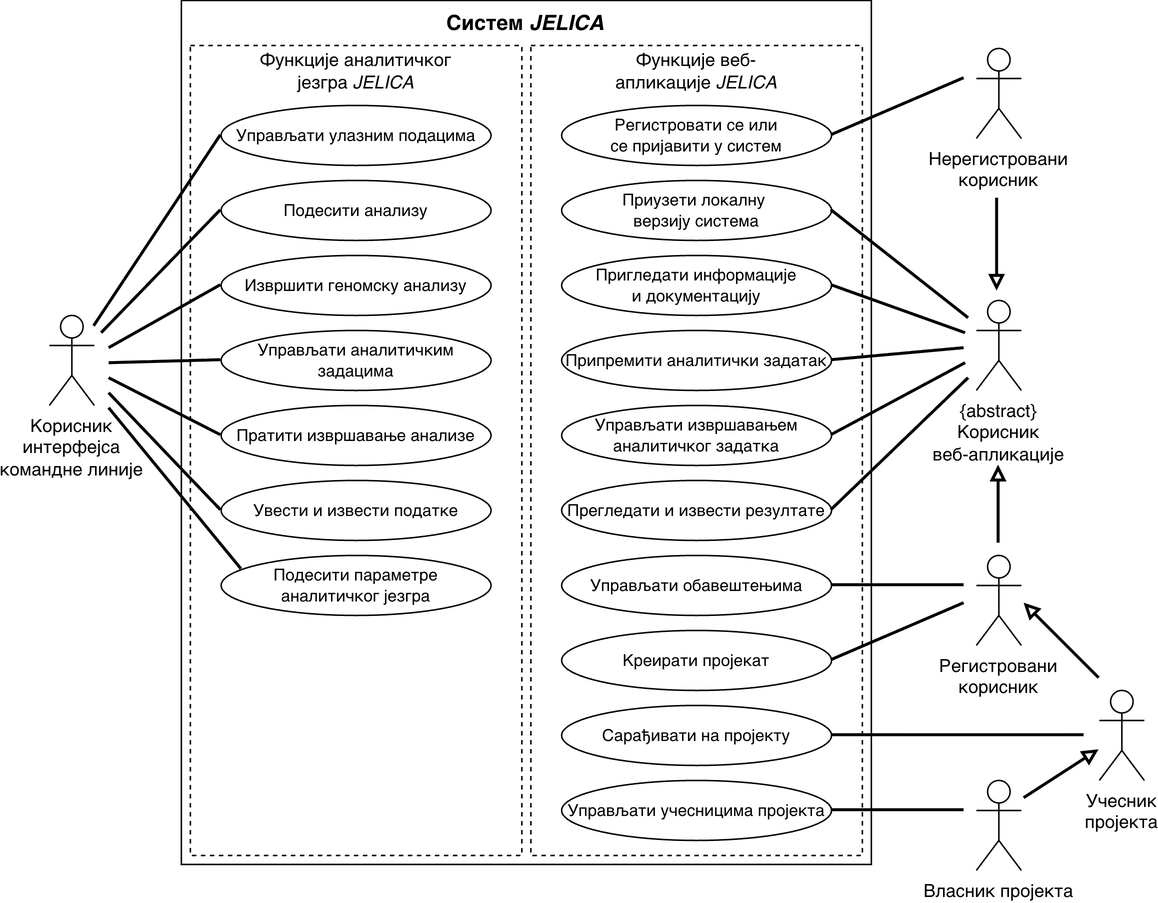
The draw.io diagram figures/system-design-diagrams/export/use-cases-diagram.png in RogovGreg/master-thesis, before a commit. Source tidied: cells renumbered, new cells last; positions are measured from the earlier drawing's top-left corner, leaving out a move shared by most shapes.
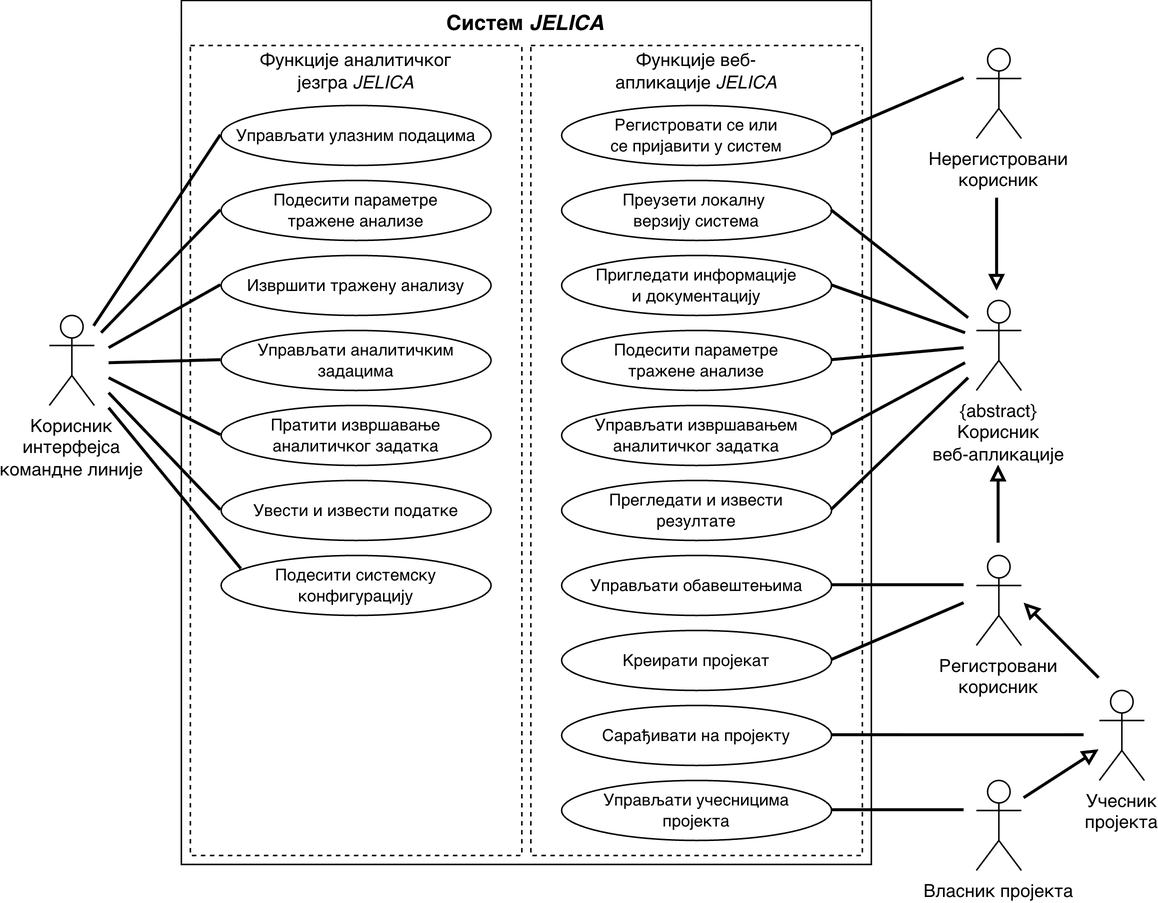
The same diagram one commit later.

Diff of the diagram source:
```diff
@@ -32,7 +32,7 @@
     <mxCell id="11" value="&lt;font&gt;Регистровати се или&lt;/font&gt;&lt;div&gt;&lt;font&gt;се пријавити у систем&lt;/font&gt;&lt;/div&gt;" style="ellipse;whiteSpace=wrap;html=1;fontSize=11;" parent="1" vertex="1">
       <mxGeometry x="341.5" y="70" width="180" height="40" as="geometry" />
     </mxCell>
-    <mxCell id="12" value="&lt;font&gt;Приузети локалну&amp;nbsp;&lt;/font&gt;&lt;div&gt;&lt;font&gt;верзију система&lt;/font&gt;&lt;/div&gt;" style="ellipse;whiteSpace=wrap;html=1;fontSize=11;" parent="1" vertex="1">
+    <mxCell id="12" value="&lt;font&gt;Преузети локалну&amp;nbsp;&lt;/font&gt;&lt;div&gt;&lt;font&gt;верзију система&lt;/font&gt;&lt;/div&gt;" style="ellipse;whiteSpace=wrap;html=1;fontSize=11;" parent="1" vertex="1">
       <mxGeometry x="341.5" y="120" width="180" height="40" as="geometry" />
     </mxCell>
     <mxCell id="13" value="&lt;b&gt;Систем &lt;i&gt;JELICA&lt;/i&gt;&lt;/b&gt;" style="text;html=1;whiteSpace=wrap;strokeColor=none;fillColor=none;align=center;verticalAlign=middle;rounded=0;fontSize=14;" parent="1" vertex="1">
@@ -47,13 +47,13 @@
     <mxCell id="16" value="&lt;font&gt;Пригледати информације&lt;/font&gt;&lt;div&gt;&lt;font&gt;и документацију&lt;/font&gt;&lt;/div&gt;" style="ellipse;whiteSpace=wrap;html=1;fontSize=11;" parent="1" vertex="1">
       <mxGeometry x="341.5" y="170" width="180" height="40" as="geometry" />
     </mxCell>
-    <mxCell id="17" value="&lt;font&gt;Припремити аналитички задатак&lt;/font&gt;" style="ellipse;whiteSpace=wrap;html=1;fontSize=11;" parent="1" vertex="1">
+    <mxCell id="17" value="&lt;code&gt;&lt;font face=&quot;Helvetica&quot;&gt;Подесити параметре&lt;/font&gt;&lt;/code&gt;&lt;div&gt;&lt;code&gt;&lt;font face=&quot;Helvetica&quot;&gt;тражене анализе&lt;/font&gt;&lt;/code&gt;&lt;/div&gt;" style="ellipse;whiteSpace=wrap;html=1;fontSize=11;" parent="1" vertex="1">
       <mxGeometry x="341.5" y="220" width="180" height="40" as="geometry" />
     </mxCell>
     <mxCell id="18" value="&lt;font&gt;Управљати извршавањем&lt;/font&gt;&lt;div&gt;&lt;font&gt;аналитичког задатка&lt;/font&gt;&lt;/div&gt;" style="ellipse;whiteSpace=wrap;html=1;fontSize=11;" parent="1" vertex="1">
       <mxGeometry x="341.5" y="270" width="180" height="40" as="geometry" />
     </mxCell>
-    <mxCell id="19" value="&lt;font&gt;Прегледати и извести резултате&lt;/font&gt;" style="ellipse;whiteSpace=wrap;html=1;fontSize=11;" parent="1" vertex="1">
+    <mxCell id="19" value="&lt;font&gt;Прегледати и извести&lt;/font&gt;&lt;div&gt;&lt;font&gt;резултате&lt;/font&gt;&lt;/div&gt;" style="ellipse;whiteSpace=wrap;html=1;fontSize=11;" parent="1" vertex="1">
       <mxGeometry x="341.5" y="320" width="180" height="40" as="geometry" />
     </mxCell>
     <mxCell id="20" value="&lt;font&gt;Управљати обавештењима&lt;/font&gt;" style="ellipse;whiteSpace=wrap;html=1;fontSize=11;" parent="1" vertex="1">
@@ -65,28 +65,28 @@
     <mxCell id="22" value="&lt;font&gt;Сарађивати на пројекту&lt;/font&gt;" style="ellipse;whiteSpace=wrap;html=1;fontSize=11;" parent="1" vertex="1">
       <mxGeometry x="341.5" y="470" width="180" height="40" as="geometry" />
     </mxCell>
-    <mxCell id="23" value="&lt;font&gt;Управљати учесницима пројекта&lt;/font&gt;" style="ellipse;whiteSpace=wrap;html=1;fontSize=11;" parent="1" vertex="1">
+    <mxCell id="23" value="&lt;font&gt;Управљати учесницима&lt;/font&gt;&lt;div&gt;&lt;font&gt;пројекта&lt;/font&gt;&lt;/div&gt;" style="ellipse;whiteSpace=wrap;html=1;fontSize=11;" parent="1" vertex="1">
       <mxGeometry x="341.5" y="520" width="180" height="40" as="geometry" />
     </mxCell>
     <mxCell id="24" value="&lt;font&gt;Управљати улазним подацима&lt;/font&gt;" style="ellipse;whiteSpace=wrap;html=1;fontSize=11;" parent="1" vertex="1">
       <mxGeometry x="114.5" y="70" width="180" height="40" as="geometry" />
     </mxCell>
-    <mxCell id="25" value="&lt;font&gt;Подесити анализу&lt;/font&gt;" style="ellipse;whiteSpace=wrap;html=1;fontSize=11;" parent="1" vertex="1">
+    <mxCell id="25" value="&lt;code&gt;&lt;font face=&quot;Helvetica&quot;&gt;Подесити параметре&lt;/font&gt;&lt;/code&gt;&lt;div&gt;&lt;code&gt;&lt;font face=&quot;Helvetica&quot;&gt;тражене анализе&lt;/font&gt;&lt;/code&gt;&lt;/div&gt;" style="ellipse;whiteSpace=wrap;html=1;fontSize=11;" parent="1" vertex="1">
       <mxGeometry x="114.5" y="120" width="180" height="40" as="geometry" />
     </mxCell>
-    <mxCell id="26" value="&lt;font&gt;Извршити геномску анализу&lt;/font&gt;" style="ellipse;whiteSpace=wrap;html=1;fontSize=11;" parent="1" vertex="1">
+    <mxCell id="26" value="&lt;code&gt;&lt;font face=&quot;Helvetica&quot;&gt;Извршити тражену анализу&lt;/font&gt;&lt;/code&gt;" style="ellipse;whiteSpace=wrap;html=1;fontSize=11;" parent="1" vertex="1">
       <mxGeometry x="114.5" y="170" width="180" height="40" as="geometry" />
     </mxCell>
     <mxCell id="27" value="&lt;font&gt;Управљати аналитичким задацима&lt;/font&gt;" style="ellipse;whiteSpace=wrap;html=1;fontSize=11;" parent="1" vertex="1">
       <mxGeometry x="114.5" y="220" width="180" height="40" as="geometry" />
     </mxCell>
-    <mxCell id="28" value="&lt;font&gt;Пратити извршавање анализе&lt;/font&gt;" style="ellipse;whiteSpace=wrap;html=1;fontSize=11;" parent="1" vertex="1">
+    <mxCell id="28" value="&lt;code&gt;&lt;font face=&quot;Helvetica&quot;&gt;Пратити извршавање аналитичког задатка&lt;/font&gt;&lt;/code&gt;" style="ellipse;whiteSpace=wrap;html=1;fontSize=11;" parent="1" vertex="1">
       <mxGeometry x="114.5" y="270" width="180" height="40" as="geometry" />
     </mxCell>
     <mxCell id="29" value="&lt;font&gt;Увести и извести податке&lt;/font&gt;" style="ellipse;whiteSpace=wrap;html=1;fontSize=11;" parent="1" vertex="1">
       <mxGeometry x="114.5" y="320" width="180" height="40" as="geometry" />
     </mxCell>
-    <mxCell id="30" value="&lt;font&gt;Подесити параметре&lt;/font&gt;&lt;div&gt;&lt;font&gt;аналитичког језгра&lt;/font&gt;&lt;/div&gt;" style="ellipse;whiteSpace=wrap;html=1;fontSize=11;" parent="1" vertex="1">
+    <mxCell id="30" value="&lt;code&gt;&lt;font face=&quot;Helvetica&quot;&gt;Подесити системску конфигурацију&lt;/font&gt;&lt;/code&gt;" style="ellipse;whiteSpace=wrap;html=1;fontSize=11;" parent="1" vertex="1">
       <mxGeometry x="114.5" y="370" width="180" height="40" as="geometry" />
     </mxCell>
     <mxCell id="31" style="endArrow=none;html=1;rounded=0;strokeWidth=2;entryX=0;entryY=0.5;entryDx=0;entryDy=0;" parent="1" edge="1" source="3" target="24">
```
